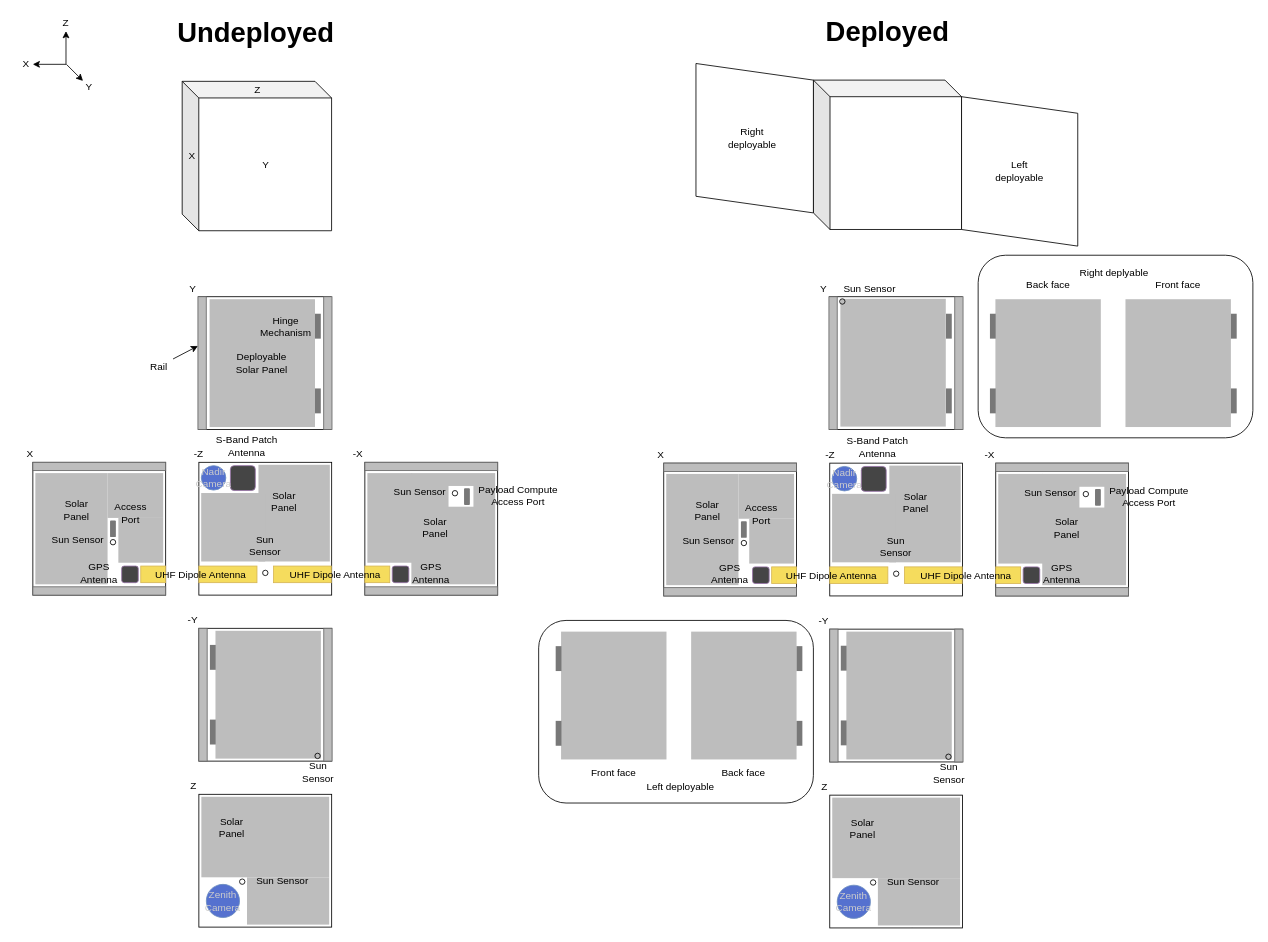
The draw.io diagram conops/Mission Concept.drawio in stanford-ssi/sapling-systems, before the edit. Source tidied: cells renumbered, new cells numbered last; positions are measured from the earlier drawing's top-left corner, leaving out a move shared by most shapes. Both pictures are drawn from the tidied source at 83%, with x=0, y=0 at pixel (13, 14).
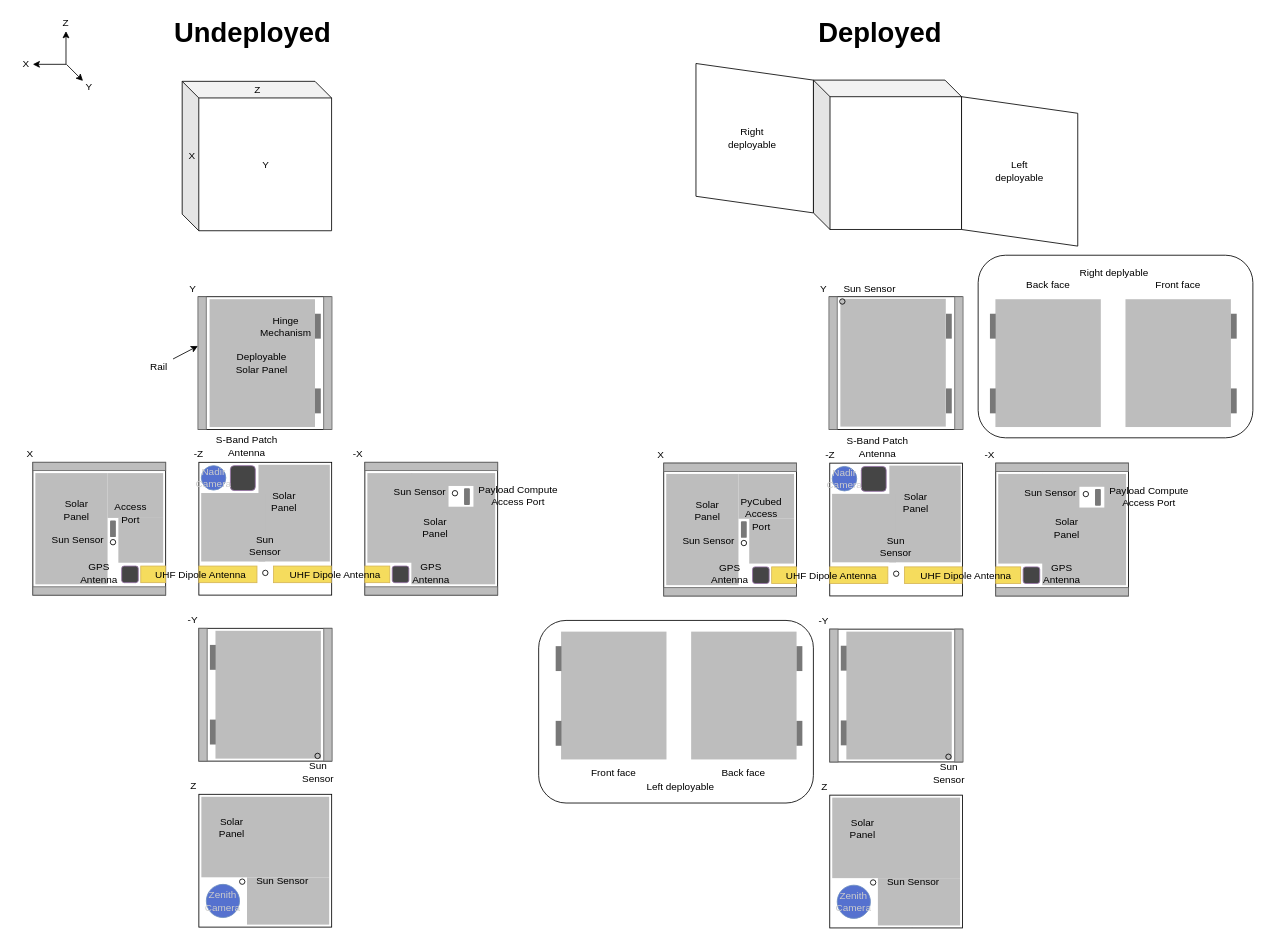
After the change.

Commit message:
update mission concept

What changed in the source:
```diff
@@
     <mxCell id="15" value="Undeployed" style="text;html=1;strokeColor=none;fillColor=none;align=center;verticalAlign=middle;whiteSpace=wrap;rounded=0;fontStyle=1;fontSize=33;" parent="1" vertex="1">
-      <mxGeometry x="120" y="10.5" width="344" height="20" as="geometry" />
+      <mxGeometry x="116.4" y="10.5" width="344" height="20" as="geometry" />
     </mxCell>
@@
     <mxCell id="27" value="Deployed" style="text;html=1;strokeColor=none;fillColor=none;align=center;verticalAlign=middle;whiteSpace=wrap;rounded=0;fontStyle=1;fontSize=33;" parent="1" vertex="1">
-      <mxGeometry x="880.8" y="10" width="344" height="20" as="geometry" />
+      <mxGeometry x="872.2" y="10.5" width="344" height="20" as="geometry" />
     </mxCell>
@@
-    <mxCell id="86" value="Access Port" style="text;html=1;strokeColor=none;fillColor=none;align=center;verticalAlign=middle;whiteSpace=wrap;rounded=0;" parent="1" vertex="1">
+    <mxCell id="86" value="PyCubed Access Port" style="text;html=1;strokeColor=none;fillColor=none;align=center;verticalAlign=middle;whiteSpace=wrap;rounded=0;" parent="1" vertex="1">
       <mxGeometry x="880.8" y="591.8" width="40" height="20" as="geometry" />
     </mxCell>
```
